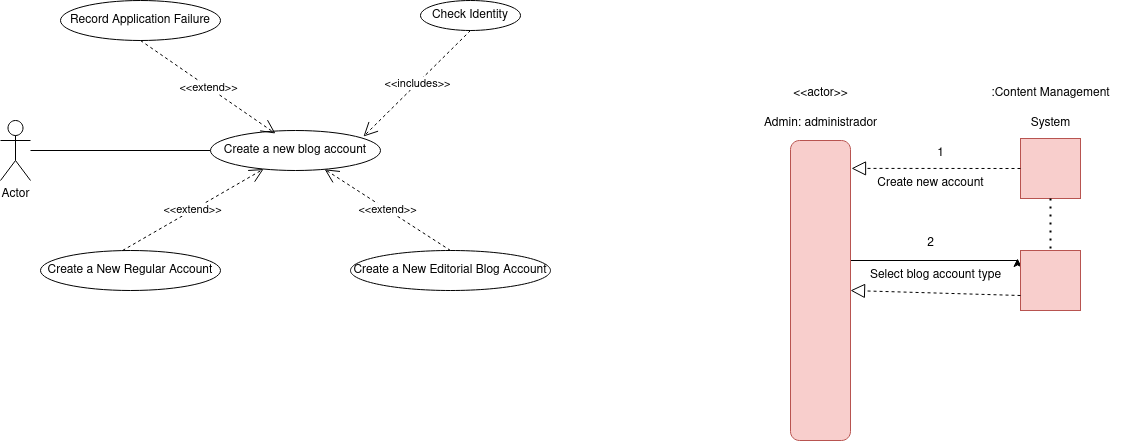
Earlier version of the draw.io export blog/blog.drawio.png (RafaelMayor/ETS). Source tidied: cells renumbered, new cells last; positions are measured from the earlier drawing's top-left corner, leaving out a move shared by most shapes.
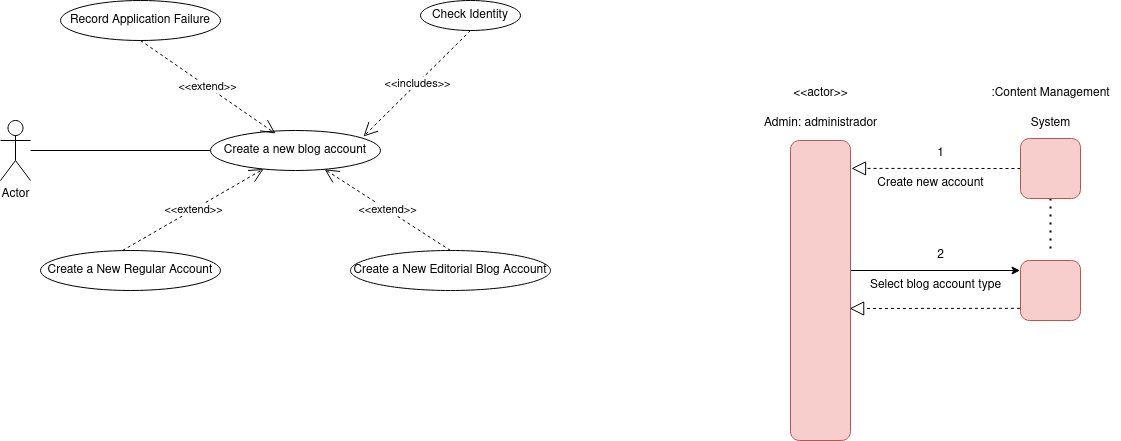
The same file after the commit.

What changed in the source:
```diff
@@ -41,10 +41,11 @@
     <mxCell id="14" value="Admin: administrador" style="text;html=1;align=center;verticalAlign=middle;strokeColor=none;fillColor=none;" parent="1" vertex="1">
       <mxGeometry x="750" y="108" width="140" height="30" as="geometry" />
     </mxCell>
-    <mxCell id="15" style="edgeStyle=orthogonalEdgeStyle;rounded=0;jettySize=auto;html=1;entryX=-0.05;entryY=0.133;entryDx=0;entryDy=0;exitX=0.4;exitY=0;exitDx=0;exitDy=0;exitPerimeter=0;entryPerimeter=0;" parent="1" edge="1" source="16" target="20">
+    <mxCell id="15" style="edgeStyle=orthogonalEdgeStyle;rounded=0;jettySize=auto;html=1;exitX=0.4;exitY=0;exitDx=0;exitDy=0;exitPerimeter=0;entryX=-0.009;entryY=0.17;entryDx=0;entryDy=0;entryPerimeter=0;" parent="1" edge="1" source="16" target="29">
       <mxGeometry relative="1" as="geometry">
         <Array as="points">
-          <mxPoint x="1017" y="260" />
+          <mxPoint x="850" y="270" />
+          <mxPoint x="1020" y="270" />
         </Array>
       </mxGeometry>
     </mxCell>
@@ -57,17 +58,16 @@
     <mxCell id="18" value="System" style="text;html=1;align=center;verticalAlign=middle;strokeColor=none;fillColor=none;" parent="1" vertex="1">
       <mxGeometry x="1020" y="108" width="60" height="30" as="geometry" />
     </mxCell>
-    <mxCell id="19" style="whiteSpace=wrap;html=1;fillColor=#f8cecc;strokeColor=#b85450;" parent="1" vertex="1">
-      <mxGeometry x="1020" y="138" width="60" height="60" as="geometry" />
-    </mxCell>
-    <mxCell id="20" style="whiteSpace=wrap;html=1;fillColor=#f8cecc;strokeColor=#b85450;" parent="1" vertex="1">
-      <mxGeometry x="1020" y="250" width="60" height="60" as="geometry" />
-    </mxCell>
-    <mxCell id="21" style="endArrow=none;dashed=1;html=1;dashPattern=1 3;strokeWidth=2;rounded=0;entryX=0.5;entryY=0;entryDx=0;entryDy=0;" parent="1" edge="1" source="19" target="20">
-      <mxGeometry relative="1" as="geometry" />
+    <mxCell id="21" style="endArrow=none;dashed=1;html=1;dashPattern=1 3;strokeWidth=2;rounded=0;entryX=0.5;entryY=0;entryDx=0;entryDy=0;" parent="1" edge="1">
+      <mxGeometry relative="1" as="geometry">
+        <mxPoint x="1050" y="198" as="sourcePoint" />
+        <mxPoint x="1050" y="250" as="targetPoint" />
+      </mxGeometry>
     </mxCell>
-    <mxCell id="22" style="endArrow=block;dashed=1;endFill=0;endSize=12;html=1;rounded=0;entryX=0.093;entryY=-0.017;entryDx=0;entryDy=0;entryPerimeter=0;exitX=0;exitY=0.5;exitDx=0;exitDy=0;" parent="1" edge="1" source="19" target="16">
-      <mxGeometry relative="1" as="geometry" />
+    <mxCell id="22" style="endArrow=block;dashed=1;endFill=0;endSize=12;html=1;rounded=0;entryX=0.093;entryY=-0.017;entryDx=0;entryDy=0;entryPerimeter=0;exitX=0;exitY=0.5;exitDx=0;exitDy=0;" parent="1" edge="1" target="16">
+      <mxGeometry relative="1" as="geometry">
+        <mxPoint x="1020" y="168" as="sourcePoint" />
+      </mxGeometry>
     </mxCell>
     <mxCell id="23" value="Create new account" style="text;html=1;align=center;verticalAlign=middle;strokeColor=none;fillColor=none;" parent="1" vertex="1">
       <mxGeometry x="865" y="168" width="130" height="30" as="geometry" />
@@ -76,13 +76,19 @@
       <mxGeometry x="925" y="138" width="30" height="30" as="geometry" />
     </mxCell>
     <mxCell id="25" value="2" style="text;html=1;align=center;verticalAlign=middle;strokeColor=none;fillColor=none;" parent="1" vertex="1">
-      <mxGeometry x="915" y="228" width="30" height="30" as="geometry" />
+      <mxGeometry x="925" y="240" width="30" height="30" as="geometry" />
     </mxCell>
     <mxCell id="26" value="Select blog account type" style="text;html=1;align=center;verticalAlign=middle;strokeColor=none;fillColor=none;" parent="1" vertex="1">
-      <mxGeometry x="860" y="260" width="150" height="30" as="geometry" />
+      <mxGeometry x="860" y="270" width="150" height="30" as="geometry" />
     </mxCell>
-    <mxCell id="27" style="endArrow=block;dashed=1;endFill=0;endSize=12;html=1;rounded=0;entryX=0.5;entryY=0;entryDx=0;entryDy=0;exitX=0;exitY=0.75;exitDx=0;exitDy=0;" parent="1" edge="1" source="20" target="16">
+    <mxCell id="27" style="endArrow=block;dashed=1;endFill=0;endSize=12;html=1;rounded=0;entryX=0.56;entryY=0.014;entryDx=0;entryDy=0;exitX=-0.009;exitY=0.797;exitDx=0;exitDy=0;exitPerimeter=0;entryPerimeter=0;" parent="1" edge="1" source="29" target="16">
       <mxGeometry relative="1" as="geometry" />
     </mxCell>
+    <mxCell id="28" style="rounded=1;whiteSpace=wrap;html=1;fillColor=#f8cecc;strokeColor=#b85450;" parent="1" vertex="1">
+      <mxGeometry x="1020" y="138" width="60" height="60" as="geometry" />
+    </mxCell>
+    <mxCell id="29" style="rounded=1;whiteSpace=wrap;html=1;fillColor=#f8cecc;strokeColor=#b85450;" parent="1" vertex="1">
+      <mxGeometry x="1020" y="260" width="60" height="60" as="geometry" />
+    </mxCell>
   </root>
 </mxGraphModel>
```
